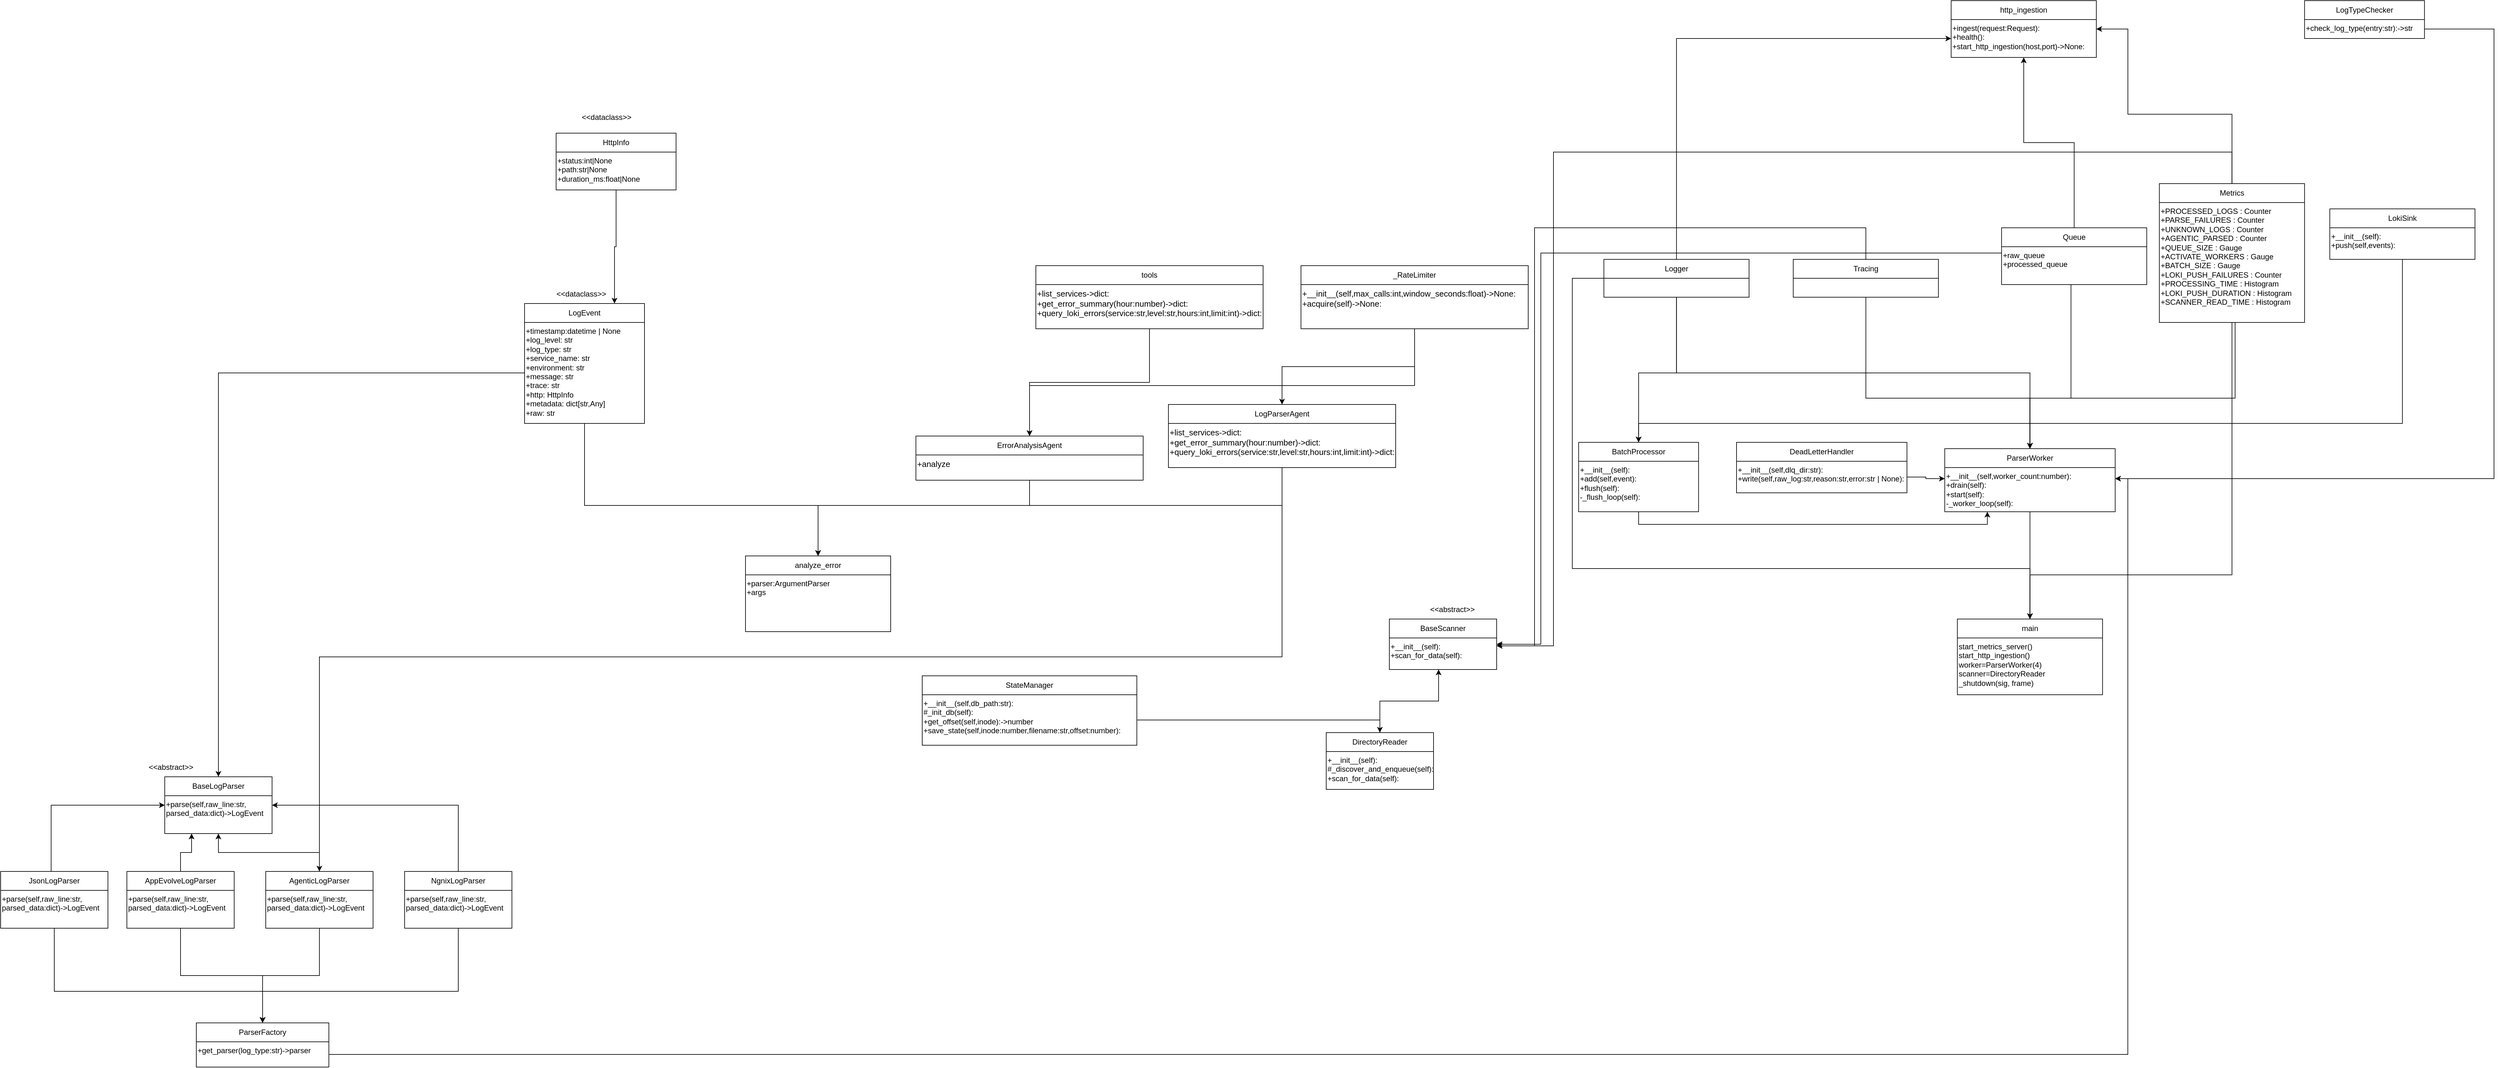
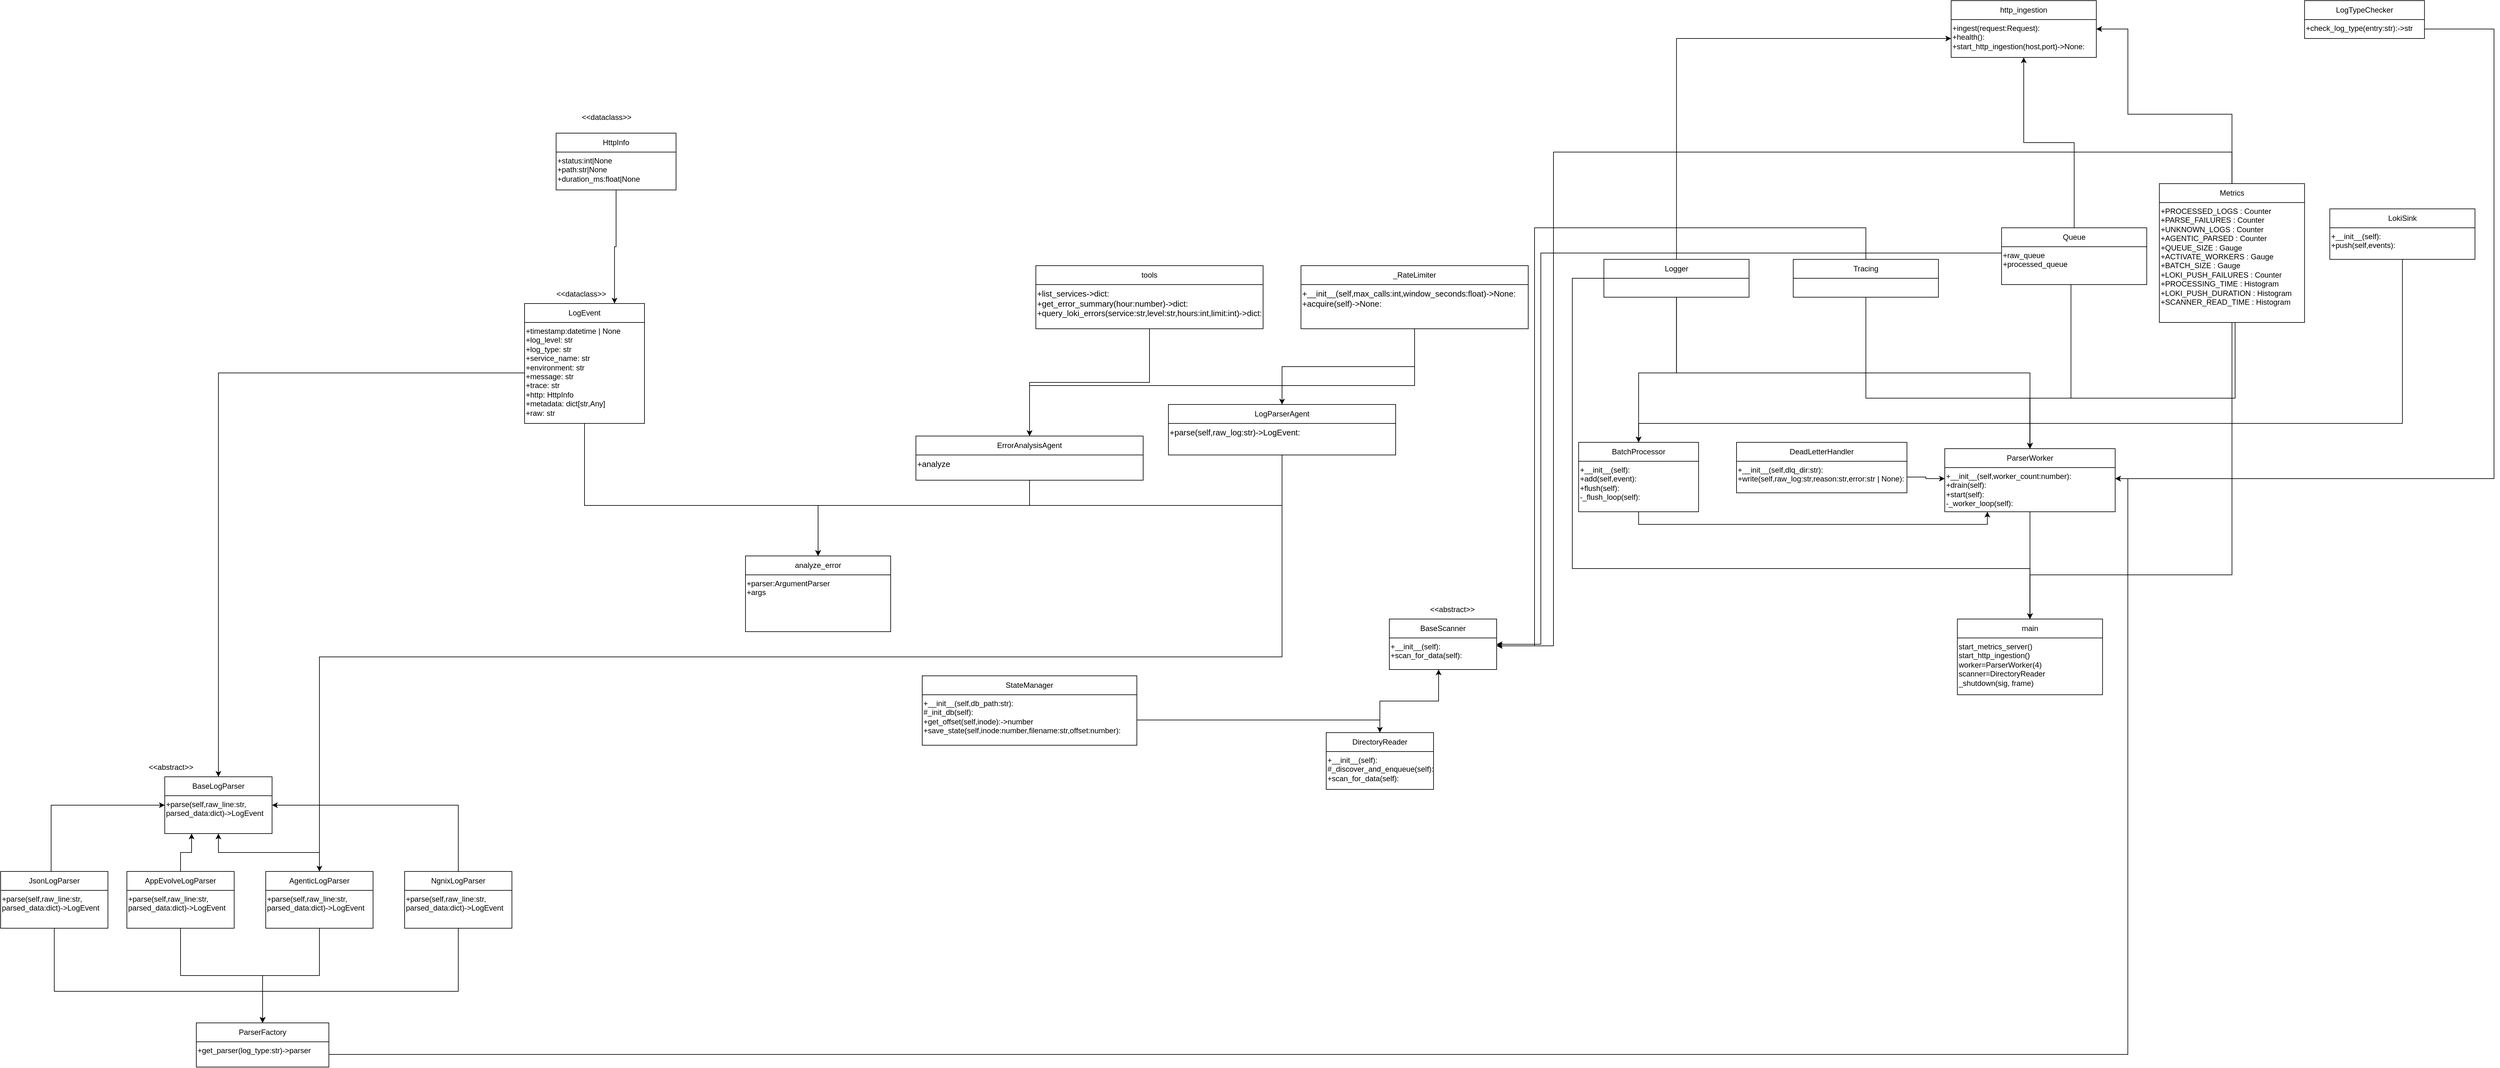
<mxfile host="app.diagrams.net">
  <diagram name="Page-1" id="eOuKA-tMb5IQvL4pmyRb">
-     <mxGraphModel dx="4720" dy="3585" grid="1" gridSize="10" guides="1" tooltips="1" connect="1" arrows="1" fold="1" page="1" pageScale="1" pageWidth="850" pageHeight="1100" math="0" shadow="0">
+     <mxGraphModel dx="2041" dy="1865" grid="1" gridSize="10" guides="1" tooltips="1" connect="1" arrows="1" fold="1" page="1" pageScale="1" pageWidth="850" pageHeight="1100" math="0" shadow="0">
      <root>
        <mxCell id="0" />
        <mxCell id="1" parent="0" />
        <mxCell id="P3NFByniwAPyM56gAutO-1" parent="1" style="swimlane;fontStyle=0;childLayout=stackLayout;horizontal=1;startSize=30;horizontalStack=0;resizeParent=1;resizeParentMax=0;resizeLast=0;collapsible=1;marginBottom=0;whiteSpace=wrap;html=1;" value="BaseLogParser" vertex="1">
          <mxGeometry height="90" width="170" x="80" y="280" as="geometry" />
        </mxCell>
        <mxCell id="P3NFByniwAPyM56gAutO-10" parent="1" style="text;html=1;whiteSpace=wrap;strokeColor=none;fillColor=none;align=left;verticalAlign=top;rounded=0;" value="+parse(self,raw_line:str, parsed_data:dict)-&amp;gt;LogEvent" vertex="1">
          <mxGeometry height="60" width="170" x="80" y="310" as="geometry" />
        </mxCell>
        <mxCell id="P3NFByniwAPyM56gAutO-11" parent="1" style="text;html=1;whiteSpace=wrap;strokeColor=none;fillColor=none;align=center;verticalAlign=middle;rounded=0;" value="&amp;lt;&amp;lt;abstract&amp;gt;&amp;gt;" vertex="1">
          <mxGeometry height="30" width="60" x="60" y="250" as="geometry" />
        </mxCell>
        <mxCell id="P3NFByniwAPyM56gAutO-22" edge="1" parent="1" source="P3NFByniwAPyM56gAutO-12" style="edgeStyle=orthogonalEdgeStyle;rounded=0;orthogonalLoop=1;jettySize=auto;html=1;entryX=0.25;entryY=1;entryDx=0;entryDy=0;" target="P3NFByniwAPyM56gAutO-10">
          <mxGeometry relative="1" as="geometry" />
        </mxCell>
        <mxCell id="P3NFByniwAPyM56gAutO-12" parent="1" style="swimlane;fontStyle=0;childLayout=stackLayout;horizontal=1;startSize=30;horizontalStack=0;resizeParent=1;resizeParentMax=0;resizeLast=0;collapsible=1;marginBottom=0;whiteSpace=wrap;html=1;" value="AppEvolveLogParser" vertex="1">
          <mxGeometry height="90" width="170" x="20" y="430" as="geometry" />
        </mxCell>
        <mxCell id="P3NFByniwAPyM56gAutO-13" parent="P3NFByniwAPyM56gAutO-12" style="text;html=1;whiteSpace=wrap;strokeColor=none;fillColor=none;align=left;verticalAlign=top;rounded=0;" value="+parse(self,raw_line:str, parsed_data:dict)-&amp;gt;LogEvent" vertex="1">
          <mxGeometry height="60" width="170" y="30" as="geometry" />
        </mxCell>
        <mxCell id="P3NFByniwAPyM56gAutO-23" edge="1" parent="1" source="P3NFByniwAPyM56gAutO-14" style="edgeStyle=orthogonalEdgeStyle;rounded=0;orthogonalLoop=1;jettySize=auto;html=1;entryX=0.5;entryY=1;entryDx=0;entryDy=0;" target="P3NFByniwAPyM56gAutO-10">
          <mxGeometry relative="1" as="geometry" />
        </mxCell>
        <mxCell id="P3NFByniwAPyM56gAutO-14" parent="1" style="swimlane;fontStyle=0;childLayout=stackLayout;horizontal=1;startSize=30;horizontalStack=0;resizeParent=1;resizeParentMax=0;resizeLast=0;collapsible=1;marginBottom=0;whiteSpace=wrap;html=1;" value="AgenticLogParser" vertex="1">
          <mxGeometry height="90" width="170" x="240" y="430" as="geometry" />
        </mxCell>
        <mxCell id="P3NFByniwAPyM56gAutO-15" parent="P3NFByniwAPyM56gAutO-14" style="text;html=1;whiteSpace=wrap;strokeColor=none;fillColor=none;align=left;verticalAlign=top;rounded=0;" value="+parse(self,raw_line:str, parsed_data:dict)-&amp;gt;LogEvent" vertex="1">
          <mxGeometry height="60" width="170" y="30" as="geometry" />
        </mxCell>
        <mxCell id="P3NFByniwAPyM56gAutO-21" edge="1" parent="1" source="P3NFByniwAPyM56gAutO-17" style="edgeStyle=orthogonalEdgeStyle;rounded=0;orthogonalLoop=1;jettySize=auto;html=1;entryX=0;entryY=0.25;entryDx=0;entryDy=0;" target="P3NFByniwAPyM56gAutO-10">
          <mxGeometry relative="1" as="geometry">
            <Array as="points">
              <mxPoint x="-100" y="325" />
            </Array>
          </mxGeometry>
        </mxCell>
        <mxCell id="P3NFByniwAPyM56gAutO-17" parent="1" style="swimlane;fontStyle=0;childLayout=stackLayout;horizontal=1;startSize=30;horizontalStack=0;resizeParent=1;resizeParentMax=0;resizeLast=0;collapsible=1;marginBottom=0;whiteSpace=wrap;html=1;" value="JsonLogParser" vertex="1">
          <mxGeometry height="90" width="170" x="-180" y="430" as="geometry" />
        </mxCell>
        <mxCell id="P3NFByniwAPyM56gAutO-18" parent="P3NFByniwAPyM56gAutO-17" style="text;html=1;whiteSpace=wrap;strokeColor=none;fillColor=none;align=left;verticalAlign=top;rounded=0;" value="+parse(self,raw_line:str, parsed_data:dict)-&amp;gt;LogEvent" vertex="1">
          <mxGeometry height="60" width="170" y="30" as="geometry" />
        </mxCell>
        <mxCell id="P3NFByniwAPyM56gAutO-24" edge="1" parent="1" source="P3NFByniwAPyM56gAutO-19" style="edgeStyle=orthogonalEdgeStyle;rounded=0;orthogonalLoop=1;jettySize=auto;html=1;entryX=1;entryY=0.25;entryDx=0;entryDy=0;" target="P3NFByniwAPyM56gAutO-10">
          <mxGeometry relative="1" as="geometry">
            <Array as="points">
              <mxPoint x="545" y="325" />
            </Array>
          </mxGeometry>
        </mxCell>
        <mxCell id="P3NFByniwAPyM56gAutO-19" parent="1" style="swimlane;fontStyle=0;childLayout=stackLayout;horizontal=1;startSize=30;horizontalStack=0;resizeParent=1;resizeParentMax=0;resizeLast=0;collapsible=1;marginBottom=0;whiteSpace=wrap;html=1;" value="NgnixLogParser" vertex="1">
          <mxGeometry height="90" width="170" x="460" y="430" as="geometry" />
        </mxCell>
        <mxCell id="P3NFByniwAPyM56gAutO-20" parent="P3NFByniwAPyM56gAutO-19" style="text;html=1;whiteSpace=wrap;strokeColor=none;fillColor=none;align=left;verticalAlign=top;rounded=0;" value="+parse(self,raw_line:str, parsed_data:dict)-&amp;gt;LogEvent" vertex="1">
          <mxGeometry height="60" width="170" y="30" as="geometry" />
        </mxCell>
        <mxCell id="P3NFByniwAPyM56gAutO-25" parent="1" style="swimlane;fontStyle=0;childLayout=stackLayout;horizontal=1;startSize=30;horizontalStack=0;resizeParent=1;resizeParentMax=0;resizeLast=0;collapsible=1;marginBottom=0;whiteSpace=wrap;html=1;" value="ParserFactory" vertex="1">
          <mxGeometry height="70" width="210" x="130" y="670" as="geometry" />
        </mxCell>
        <mxCell id="P3NFByniwAPyM56gAutO-26" parent="P3NFByniwAPyM56gAutO-25" style="text;html=1;whiteSpace=wrap;strokeColor=none;fillColor=none;align=left;verticalAlign=top;rounded=0;" value="+get_parser(log_type:str)-&amp;gt;parser" vertex="1">
          <mxGeometry height="40" width="210" y="30" as="geometry" />
        </mxCell>
        <mxCell id="P3NFByniwAPyM56gAutO-27" edge="1" parent="1" source="P3NFByniwAPyM56gAutO-18" style="edgeStyle=orthogonalEdgeStyle;rounded=0;orthogonalLoop=1;jettySize=auto;html=1;" target="P3NFByniwAPyM56gAutO-25">
          <mxGeometry relative="1" as="geometry">
            <Array as="points">
              <mxPoint x="-95" y="620" />
              <mxPoint x="235" y="620" />
            </Array>
          </mxGeometry>
        </mxCell>
        <mxCell id="P3NFByniwAPyM56gAutO-28" edge="1" parent="1" source="P3NFByniwAPyM56gAutO-13" style="edgeStyle=orthogonalEdgeStyle;rounded=0;orthogonalLoop=1;jettySize=auto;html=1;entryX=0.5;entryY=0;entryDx=0;entryDy=0;" target="P3NFByniwAPyM56gAutO-25">
          <mxGeometry relative="1" as="geometry" />
        </mxCell>
        <mxCell id="P3NFByniwAPyM56gAutO-29" edge="1" parent="1" source="P3NFByniwAPyM56gAutO-15" style="edgeStyle=orthogonalEdgeStyle;rounded=0;orthogonalLoop=1;jettySize=auto;html=1;entryX=0.5;entryY=0;entryDx=0;entryDy=0;" target="P3NFByniwAPyM56gAutO-25">
          <mxGeometry relative="1" as="geometry" />
        </mxCell>
        <mxCell id="P3NFByniwAPyM56gAutO-30" edge="1" parent="1" source="P3NFByniwAPyM56gAutO-20" style="edgeStyle=orthogonalEdgeStyle;rounded=0;orthogonalLoop=1;jettySize=auto;html=1;entryX=0.5;entryY=0;entryDx=0;entryDy=0;" target="P3NFByniwAPyM56gAutO-25">
          <mxGeometry relative="1" as="geometry">
            <Array as="points">
              <mxPoint x="545" y="620" />
              <mxPoint x="235" y="620" />
            </Array>
          </mxGeometry>
        </mxCell>
-         <mxCell id="P3NFByniwAPyM56gAutO-31" parent="1" style="swimlane;fontStyle=0;childLayout=stackLayout;horizontal=1;startSize=30;horizontalStack=0;resizeParent=1;resizeParentMax=0;resizeLast=0;collapsible=1;marginBottom=0;whiteSpace=wrap;html=1;" value="StateManager" vertex="1">
+         <mxCell id="P3NFByniwAPyM56gAutO-31" parent="1" style="swimlane;fontStyle=0;childLayout=stackLayout;horizontal=1;startSize=30;horizontalStack=0;resizeParent=1;resizeParentMax=0;resizeLast=0;collapsible=1;marginBottom=0;whiteSpace=wrap;html=1;" value="&lt;div&gt;StateManager&lt;/div&gt;" vertex="1">
          <mxGeometry height="110" width="340" x="1280" y="120" as="geometry" />
        </mxCell>
        <mxCell id="P3NFByniwAPyM56gAutO-32" parent="P3NFByniwAPyM56gAutO-31" style="text;html=1;whiteSpace=wrap;strokeColor=none;fillColor=none;align=left;verticalAlign=top;rounded=0;" value="+__init__(self,db_path:str):&lt;br&gt;#_init_db(self):&lt;div&gt;+get_offset(self,inode):-&amp;gt;number&lt;/div&gt;&lt;div&gt;+save_state(self,inode:number,filename:str,offset:number):&lt;/div&gt;&lt;div&gt;&lt;br&gt;&lt;/div&gt;" vertex="1">
          <mxGeometry height="80" width="340" y="30" as="geometry" />
        </mxCell>
        <mxCell id="P3NFByniwAPyM56gAutO-33" parent="1" style="swimlane;fontStyle=0;childLayout=stackLayout;horizontal=1;startSize=30;horizontalStack=0;resizeParent=1;resizeParentMax=0;resizeLast=0;collapsible=1;marginBottom=0;whiteSpace=wrap;html=1;" value="BaseScanner" vertex="1">
          <mxGeometry height="80" width="170" x="2020" y="30" as="geometry" />
        </mxCell>
        <mxCell id="P3NFByniwAPyM56gAutO-34" parent="P3NFByniwAPyM56gAutO-33" style="text;html=1;whiteSpace=wrap;strokeColor=none;fillColor=none;align=left;verticalAlign=top;rounded=0;" value="+__init__(self):&lt;div&gt;+scan_for_data(self):&lt;/div&gt;" vertex="1">
          <mxGeometry height="50" width="170" y="30" as="geometry" />
        </mxCell>
        <mxCell id="P3NFByniwAPyM56gAutO-37" parent="1" style="text;html=1;whiteSpace=wrap;strokeColor=none;fillColor=none;align=center;verticalAlign=middle;rounded=0;" value="&amp;lt;&amp;lt;abstract&amp;gt;&amp;gt;" vertex="1">
          <mxGeometry height="30" width="60" x="2090" as="geometry" />
        </mxCell>
        <mxCell id="P3NFByniwAPyM56gAutO-38" parent="1" style="swimlane;fontStyle=0;childLayout=stackLayout;horizontal=1;startSize=30;horizontalStack=0;resizeParent=1;resizeParentMax=0;resizeLast=0;collapsible=1;marginBottom=0;whiteSpace=wrap;html=1;" value="DirectoryReader" vertex="1">
          <mxGeometry height="90" width="170" x="1920" y="210" as="geometry" />
        </mxCell>
        <mxCell id="P3NFByniwAPyM56gAutO-39" parent="P3NFByniwAPyM56gAutO-38" style="text;html=1;whiteSpace=wrap;strokeColor=none;fillColor=none;align=left;verticalAlign=top;rounded=0;" value="+__init__(self):&lt;div&gt;#_discover_and_enqueue(self):&lt;/div&gt;&lt;div&gt;+scan_for_data(self):&lt;br&gt;&lt;span style=&quot;white-space: pre;&quot;&gt;&#x9;&lt;/span&gt;&lt;/div&gt;" vertex="1">
          <mxGeometry height="60" width="170" y="30" as="geometry" />
        </mxCell>
        <mxCell id="P3NFByniwAPyM56gAutO-40" edge="1" parent="1" source="P3NFByniwAPyM56gAutO-38" style="edgeStyle=orthogonalEdgeStyle;rounded=0;orthogonalLoop=1;jettySize=auto;html=1;entryX=0.459;entryY=1;entryDx=0;entryDy=0;entryPerimeter=0;" target="P3NFByniwAPyM56gAutO-34">
          <mxGeometry relative="1" as="geometry" />
        </mxCell>
        <mxCell id="P3NFByniwAPyM56gAutO-41" parent="1" style="swimlane;fontStyle=0;childLayout=stackLayout;horizontal=1;startSize=30;horizontalStack=0;resizeParent=1;resizeParentMax=0;resizeLast=0;collapsible=1;marginBottom=0;whiteSpace=wrap;html=1;" value="LogTypeChecker" vertex="1">
          <mxGeometry height="60" width="190" x="3469.86" y="-950" as="geometry" />
        </mxCell>
        <mxCell id="P3NFByniwAPyM56gAutO-42" parent="P3NFByniwAPyM56gAutO-41" style="text;html=1;whiteSpace=wrap;strokeColor=none;fillColor=none;align=left;verticalAlign=top;rounded=0;" value="+check_log_type(entry:str):-&amp;gt;str" vertex="1">
          <mxGeometry height="30" width="190" y="30" as="geometry" />
        </mxCell>
        <mxCell id="P3NFByniwAPyM56gAutO-43" parent="1" style="swimlane;fontStyle=0;childLayout=stackLayout;horizontal=1;startSize=30;horizontalStack=0;resizeParent=1;resizeParentMax=0;resizeLast=0;collapsible=1;marginBottom=0;whiteSpace=wrap;html=1;" value="HttpInfo" vertex="1">
          <mxGeometry height="90" width="190" x="700" y="-740" as="geometry" />
        </mxCell>
        <mxCell id="P3NFByniwAPyM56gAutO-44" parent="P3NFByniwAPyM56gAutO-43" style="text;html=1;whiteSpace=wrap;strokeColor=none;fillColor=none;align=left;verticalAlign=top;rounded=0;" value="+status:int|None&lt;div&gt;+path:str|None&lt;/div&gt;&lt;div&gt;+duration_ms:float|None&lt;/div&gt;" vertex="1">
          <mxGeometry height="60" width="190" y="30" as="geometry" />
        </mxCell>
        <mxCell id="P3NFByniwAPyM56gAutO-45" parent="1" style="text;html=1;whiteSpace=wrap;strokeColor=none;fillColor=none;align=center;verticalAlign=middle;rounded=0;" value="&amp;lt;&amp;lt;dataclass&amp;gt;&amp;gt;" vertex="1">
          <mxGeometry height="30" width="60" x="750" y="-780" as="geometry" />
        </mxCell>
        <mxCell id="P3NFByniwAPyM56gAutO-46" parent="1" style="swimlane;fontStyle=0;childLayout=stackLayout;horizontal=1;startSize=30;horizontalStack=0;resizeParent=1;resizeParentMax=0;resizeLast=0;collapsible=1;marginBottom=0;whiteSpace=wrap;html=1;" value="LogEvent" vertex="1">
          <mxGeometry height="190" width="190" x="650" y="-470" as="geometry" />
        </mxCell>
        <mxCell id="P3NFByniwAPyM56gAutO-47" parent="P3NFByniwAPyM56gAutO-46" style="text;html=1;whiteSpace=wrap;strokeColor=none;fillColor=none;align=left;verticalAlign=top;rounded=0;" value="+timestamp:datetime | None&lt;div&gt;+log_level: str&lt;/div&gt;&lt;div&gt;+log_type: str&lt;/div&gt;&lt;div&gt;+service_name: str&lt;/div&gt;&lt;div&gt;+environment: str&lt;/div&gt;&lt;div&gt;+message: str&lt;/div&gt;&lt;div&gt;+trace: str&lt;/div&gt;&lt;div&gt;+http: HttpInfo&lt;/div&gt;&lt;div&gt;+metadata: dict[str,Any]&lt;/div&gt;&lt;div&gt;+raw: str&lt;/div&gt;" vertex="1">
          <mxGeometry height="160" width="190" y="30" as="geometry" />
        </mxCell>
        <mxCell id="P3NFByniwAPyM56gAutO-48" parent="1" style="text;html=1;whiteSpace=wrap;strokeColor=none;fillColor=none;align=center;verticalAlign=middle;rounded=0;" value="&amp;lt;&amp;lt;dataclass&amp;gt;&amp;gt;" vertex="1">
          <mxGeometry height="30" width="60" x="710" y="-500" as="geometry" />
        </mxCell>
        <mxCell id="P3NFByniwAPyM56gAutO-63" edge="1" parent="1" source="P3NFByniwAPyM56gAutO-49" style="edgeStyle=orthogonalEdgeStyle;rounded=0;orthogonalLoop=1;jettySize=auto;html=1;entryX=0.5;entryY=0;entryDx=0;entryDy=0;" target="P3NFByniwAPyM56gAutO-60">
          <mxGeometry relative="1" as="geometry">
            <Array as="points">
              <mxPoint x="3359.86" y="-320" />
              <mxPoint x="3034.86" y="-320" />
            </Array>
          </mxGeometry>
        </mxCell>
        <mxCell id="P3NFByniwAPyM56gAutO-104" edge="1" parent="1" source="P3NFByniwAPyM56gAutO-49" style="edgeStyle=orthogonalEdgeStyle;rounded=0;orthogonalLoop=1;jettySize=auto;html=1;entryX=1;entryY=0.5;entryDx=0;entryDy=0;" target="P3NFByniwAPyM56gAutO-102">
          <mxGeometry relative="1" as="geometry">
            <Array as="points">
              <mxPoint x="3355" y="-770" />
              <mxPoint x="3190" y="-770" />
              <mxPoint x="3190" y="-905" />
            </Array>
          </mxGeometry>
        </mxCell>
        <mxCell id="P3NFByniwAPyM56gAutO-118" edge="1" parent="1" source="P3NFByniwAPyM56gAutO-49" style="edgeStyle=orthogonalEdgeStyle;rounded=0;orthogonalLoop=1;jettySize=auto;html=1;entryX=1;entryY=0.25;entryDx=0;entryDy=0;" target="P3NFByniwAPyM56gAutO-34">
          <mxGeometry relative="1" as="geometry">
            <Array as="points">
              <mxPoint x="3355" y="-710" />
              <mxPoint x="2280" y="-710" />
              <mxPoint x="2280" y="73" />
            </Array>
          </mxGeometry>
        </mxCell>
        <mxCell id="P3NFByniwAPyM56gAutO-49" parent="1" style="swimlane;fontStyle=0;childLayout=stackLayout;horizontal=1;startSize=30;horizontalStack=0;resizeParent=1;resizeParentMax=0;resizeLast=0;collapsible=1;marginBottom=0;whiteSpace=wrap;html=1;" value="Metrics" vertex="1">
          <mxGeometry height="220" width="230" x="3239.86" y="-660" as="geometry" />
        </mxCell>
        <mxCell id="P3NFByniwAPyM56gAutO-50" parent="P3NFByniwAPyM56gAutO-49" style="text;html=1;whiteSpace=wrap;strokeColor=none;fillColor=none;align=left;verticalAlign=top;rounded=0;" value="+PROCESSED_LOGS : Counter&lt;div&gt;+PARSE_FAILURES : Counter&lt;/div&gt;&lt;div&gt;+UNKNOWN_LOGS : Counter&lt;/div&gt;&lt;div&gt;+AGENTIC_PARSED : Counter&lt;/div&gt;&lt;div&gt;+QUEUE_SIZE : Gauge&lt;/div&gt;&lt;div&gt;+ACTIVATE_WORKERS : Gauge&lt;/div&gt;&lt;div&gt;+BATCH_SIZE : Gauge&lt;/div&gt;&lt;div&gt;+LOKI_PUSH_FAILURES : Counter&lt;/div&gt;&lt;div&gt;+PROCESSING_TIME : Histogram&lt;/div&gt;&lt;div&gt;+LOKI_PUSH_DURATION : Histogram&lt;/div&gt;&lt;div&gt;+SCANNER_READ_TIME : Histogram&lt;/div&gt;" vertex="1">
          <mxGeometry height="190" width="230" y="30" as="geometry" />
        </mxCell>
        <mxCell id="P3NFByniwAPyM56gAutO-59" edge="1" parent="1" source="P3NFByniwAPyM56gAutO-51" style="edgeStyle=orthogonalEdgeStyle;rounded=0;orthogonalLoop=1;jettySize=auto;html=1;entryX=0.5;entryY=0;entryDx=0;entryDy=0;" target="P3NFByniwAPyM56gAutO-55">
          <mxGeometry relative="1" as="geometry">
            <Array as="points">
              <mxPoint x="2474.86" y="-360" />
              <mxPoint x="2414.86" y="-360" />
            </Array>
          </mxGeometry>
        </mxCell>
        <mxCell id="P3NFByniwAPyM56gAutO-62" edge="1" parent="1" source="P3NFByniwAPyM56gAutO-51" style="edgeStyle=orthogonalEdgeStyle;rounded=0;orthogonalLoop=1;jettySize=auto;html=1;" target="P3NFByniwAPyM56gAutO-60">
          <mxGeometry relative="1" as="geometry">
            <Array as="points">
              <mxPoint x="2474.86" y="-360" />
              <mxPoint x="3034.86" y="-360" />
            </Array>
          </mxGeometry>
        </mxCell>
        <mxCell id="P3NFByniwAPyM56gAutO-79" edge="1" parent="1" source="P3NFByniwAPyM56gAutO-51" style="edgeStyle=orthogonalEdgeStyle;rounded=0;orthogonalLoop=1;jettySize=auto;html=1;entryX=0.5;entryY=0;entryDx=0;entryDy=0;" target="P3NFByniwAPyM56gAutO-71">
          <mxGeometry relative="1" as="geometry">
            <Array as="points">
              <mxPoint x="2309.86" y="-510" />
              <mxPoint x="2309.86" y="-50" />
              <mxPoint x="3034.86" y="-50" />
            </Array>
          </mxGeometry>
        </mxCell>
        <mxCell id="P3NFByniwAPyM56gAutO-106" edge="1" parent="1" source="P3NFByniwAPyM56gAutO-51" style="edgeStyle=orthogonalEdgeStyle;rounded=0;orthogonalLoop=1;jettySize=auto;html=1;entryX=0;entryY=0.5;entryDx=0;entryDy=0;" target="P3NFByniwAPyM56gAutO-103">
          <mxGeometry relative="1" as="geometry">
            <Array as="points">
              <mxPoint x="2475" y="-890" />
            </Array>
          </mxGeometry>
        </mxCell>
        <mxCell id="P3NFByniwAPyM56gAutO-51" parent="1" style="swimlane;fontStyle=0;childLayout=stackLayout;horizontal=1;startSize=30;horizontalStack=0;resizeParent=1;resizeParentMax=0;resizeLast=0;collapsible=1;marginBottom=0;whiteSpace=wrap;html=1;" value="Logger" vertex="1">
          <mxGeometry height="60" width="230" x="2359.86" y="-540" as="geometry" />
        </mxCell>
        <mxCell id="P3NFByniwAPyM56gAutO-64" edge="1" parent="1" source="P3NFByniwAPyM56gAutO-53" style="edgeStyle=orthogonalEdgeStyle;rounded=0;orthogonalLoop=1;jettySize=auto;html=1;entryX=0.5;entryY=0;entryDx=0;entryDy=0;" target="P3NFByniwAPyM56gAutO-60">
          <mxGeometry relative="1" as="geometry">
            <Array as="points">
              <mxPoint x="2774.86" y="-320" />
              <mxPoint x="3034.86" y="-320" />
            </Array>
          </mxGeometry>
        </mxCell>
        <mxCell id="P3NFByniwAPyM56gAutO-117" edge="1" parent="1" source="P3NFByniwAPyM56gAutO-53" style="edgeStyle=orthogonalEdgeStyle;rounded=0;orthogonalLoop=1;jettySize=auto;html=1;entryX=1;entryY=0.25;entryDx=0;entryDy=0;" target="P3NFByniwAPyM56gAutO-34">
          <mxGeometry relative="1" as="geometry">
            <Array as="points">
              <mxPoint x="2775" y="-590" />
              <mxPoint x="2250" y="-590" />
              <mxPoint x="2250" y="73" />
            </Array>
          </mxGeometry>
        </mxCell>
        <mxCell id="P3NFByniwAPyM56gAutO-53" parent="1" style="swimlane;fontStyle=0;childLayout=stackLayout;horizontal=1;startSize=30;horizontalStack=0;resizeParent=1;resizeParentMax=0;resizeLast=0;collapsible=1;marginBottom=0;whiteSpace=wrap;html=1;" value="Tracing" vertex="1">
          <mxGeometry height="60" width="230" x="2659.86" y="-540" as="geometry" />
        </mxCell>
        <mxCell id="P3NFByniwAPyM56gAutO-55" parent="1" style="swimlane;fontStyle=0;childLayout=stackLayout;horizontal=1;startSize=30;horizontalStack=0;resizeParent=1;resizeParentMax=0;resizeLast=0;collapsible=1;marginBottom=0;whiteSpace=wrap;html=1;" value="BatchProcessor" vertex="1">
          <mxGeometry height="110" width="190" x="2319.86" y="-250" as="geometry" />
        </mxCell>
        <mxCell id="P3NFByniwAPyM56gAutO-56" parent="P3NFByniwAPyM56gAutO-55" style="text;html=1;whiteSpace=wrap;strokeColor=none;fillColor=none;align=left;verticalAlign=top;rounded=0;" value="+__init__(self):&lt;div&gt;+add(self,event):&lt;/div&gt;&lt;div&gt;+flush(self):&lt;/div&gt;&lt;div&gt;-_flush_loop(self):&lt;/div&gt;" vertex="1">
          <mxGeometry height="80" width="190" y="30" as="geometry" />
        </mxCell>
        <mxCell id="P3NFByniwAPyM56gAutO-57" parent="1" style="swimlane;fontStyle=0;childLayout=stackLayout;horizontal=1;startSize=30;horizontalStack=0;resizeParent=1;resizeParentMax=0;resizeLast=0;collapsible=1;marginBottom=0;whiteSpace=wrap;html=1;" value="DeadLetterHandler" vertex="1">
          <mxGeometry height="80" width="270" x="2570" y="-250" as="geometry" />
        </mxCell>
        <mxCell id="P3NFByniwAPyM56gAutO-58" parent="P3NFByniwAPyM56gAutO-57" style="text;html=1;whiteSpace=wrap;strokeColor=none;fillColor=none;align=left;verticalAlign=top;rounded=0;" value="+__init__(self,dlq_dir:str):&lt;div&gt;+write(self,raw_log:str,reason:str,error:str | None):&lt;br&gt;&lt;/div&gt;" vertex="1">
          <mxGeometry height="50" width="270" y="30" as="geometry" />
        </mxCell>
        <mxCell id="P3NFByniwAPyM56gAutO-60" parent="1" style="swimlane;fontStyle=0;childLayout=stackLayout;horizontal=1;startSize=30;horizontalStack=0;resizeParent=1;resizeParentMax=0;resizeLast=0;collapsible=1;marginBottom=0;whiteSpace=wrap;html=1;" value="ParserWorker" vertex="1">
          <mxGeometry height="100" width="270" x="2899.86" y="-240" as="geometry" />
        </mxCell>
        <mxCell id="P3NFByniwAPyM56gAutO-61" parent="P3NFByniwAPyM56gAutO-60" style="text;html=1;whiteSpace=wrap;strokeColor=none;fillColor=none;align=left;verticalAlign=top;rounded=0;" value="&lt;div&gt;+__init__(self,worker_count:number):&lt;/div&gt;&lt;div&gt;+drain(self):&lt;/div&gt;&lt;div&gt;+start(self):&lt;/div&gt;&lt;div&gt;-_worker_loop(self):&lt;/div&gt;" vertex="1">
          <mxGeometry height="70" width="270" y="30" as="geometry" />
        </mxCell>
        <mxCell id="P3NFByniwAPyM56gAutO-66" edge="1" parent="1" source="P3NFByniwAPyM56gAutO-68" style="edgeStyle=orthogonalEdgeStyle;rounded=0;orthogonalLoop=1;jettySize=auto;html=1;entryX=0.5;entryY=0;entryDx=0;entryDy=0;exitX=0.5;exitY=1;exitDx=0;exitDy=0;" target="P3NFByniwAPyM56gAutO-60">
          <mxGeometry relative="1" as="geometry">
            <Array as="points">
              <mxPoint x="3099.86" y="-500" />
              <mxPoint x="3099.86" y="-320" />
              <mxPoint x="3034.86" y="-320" />
            </Array>
            <mxPoint x="3099.86" y="-480" as="sourcePoint" />
          </mxGeometry>
        </mxCell>
        <mxCell id="P3NFByniwAPyM56gAutO-105" edge="1" parent="1" source="P3NFByniwAPyM56gAutO-67" style="edgeStyle=orthogonalEdgeStyle;rounded=0;orthogonalLoop=1;jettySize=auto;html=1;entryX=0.5;entryY=1;entryDx=0;entryDy=0;" target="P3NFByniwAPyM56gAutO-103">
          <mxGeometry relative="1" as="geometry" />
        </mxCell>
        <mxCell id="P3NFByniwAPyM56gAutO-67" parent="1" style="swimlane;fontStyle=0;childLayout=stackLayout;horizontal=1;startSize=30;horizontalStack=0;resizeParent=1;resizeParentMax=0;resizeLast=0;collapsible=1;marginBottom=0;whiteSpace=wrap;html=1;" value="Queue" vertex="1">
          <mxGeometry height="90" width="230" x="2989.86" y="-590" as="geometry" />
        </mxCell>
        <mxCell id="P3NFByniwAPyM56gAutO-68" parent="P3NFByniwAPyM56gAutO-67" style="text;html=1;whiteSpace=wrap;strokeColor=none;fillColor=none;align=left;verticalAlign=top;rounded=0;" value="+raw_queue&lt;div&gt;+processed_queue&lt;/div&gt;" vertex="1">
          <mxGeometry height="60" width="230" y="30" as="geometry" />
        </mxCell>
        <mxCell id="P3NFByniwAPyM56gAutO-69" parent="1" style="swimlane;fontStyle=0;childLayout=stackLayout;horizontal=1;startSize=30;horizontalStack=0;resizeParent=1;resizeParentMax=0;resizeLast=0;collapsible=1;marginBottom=0;whiteSpace=wrap;html=1;" value="LokiSink" vertex="1">
          <mxGeometry height="80" width="230" x="3509.86" y="-620" as="geometry" />
        </mxCell>
        <mxCell id="P3NFByniwAPyM56gAutO-70" parent="P3NFByniwAPyM56gAutO-69" style="text;html=1;whiteSpace=wrap;strokeColor=none;fillColor=none;align=left;verticalAlign=top;rounded=0;" value="+__init__(self):&lt;div&gt;+push(self,events):&lt;/div&gt;" vertex="1">
          <mxGeometry height="50" width="230" y="30" as="geometry" />
        </mxCell>
        <mxCell id="P3NFByniwAPyM56gAutO-71" parent="1" style="swimlane;fontStyle=0;childLayout=stackLayout;horizontal=1;startSize=30;horizontalStack=0;resizeParent=1;resizeParentMax=0;resizeLast=0;collapsible=1;marginBottom=0;whiteSpace=wrap;html=1;" value="main" vertex="1">
          <mxGeometry height="120" width="230" x="2919.86" y="30" as="geometry" />
        </mxCell>
        <mxCell id="P3NFByniwAPyM56gAutO-72" parent="P3NFByniwAPyM56gAutO-71" style="text;html=1;whiteSpace=wrap;strokeColor=none;fillColor=none;align=left;verticalAlign=top;rounded=0;" value="start_metrics_server()&lt;div&gt;start_http_ingestion()&lt;/div&gt;&lt;div&gt;worker=ParserWorker(4)&lt;/div&gt;&lt;div&gt;scanner=DirectoryReader&lt;/div&gt;&lt;div&gt;_shutdown(sig, frame)&lt;/div&gt;" vertex="1">
          <mxGeometry height="90" width="230" y="30" as="geometry" />
        </mxCell>
        <mxCell id="P3NFByniwAPyM56gAutO-75" edge="1" parent="1" source="P3NFByniwAPyM56gAutO-61" style="edgeStyle=orthogonalEdgeStyle;rounded=0;orthogonalLoop=1;jettySize=auto;html=1;entryX=0.5;entryY=0;entryDx=0;entryDy=0;" target="P3NFByniwAPyM56gAutO-71">
          <mxGeometry relative="1" as="geometry" />
        </mxCell>
        <mxCell id="P3NFByniwAPyM56gAutO-78" edge="1" parent="1" source="P3NFByniwAPyM56gAutO-50" style="edgeStyle=orthogonalEdgeStyle;rounded=0;orthogonalLoop=1;jettySize=auto;html=1;entryX=0.5;entryY=0;entryDx=0;entryDy=0;" target="P3NFByniwAPyM56gAutO-71">
          <mxGeometry relative="1" as="geometry">
            <Array as="points">
              <mxPoint x="3354.86" y="-40" />
              <mxPoint x="3034.86" y="-40" />
            </Array>
          </mxGeometry>
        </mxCell>
        <mxCell id="P3NFByniwAPyM56gAutO-80" parent="1" style="swimlane;fontStyle=0;childLayout=stackLayout;horizontal=1;startSize=30;horizontalStack=0;resizeParent=1;resizeParentMax=0;resizeLast=0;collapsible=1;marginBottom=0;whiteSpace=wrap;html=1;" value="analyze_error" vertex="1">
          <mxGeometry height="120" width="230" x="1000" y="-70" as="geometry" />
        </mxCell>
        <mxCell id="P3NFByniwAPyM56gAutO-81" parent="P3NFByniwAPyM56gAutO-80" style="text;html=1;whiteSpace=wrap;strokeColor=none;fillColor=none;align=left;verticalAlign=top;rounded=0;" value="+parser:ArgumentParser&lt;div&gt;+args&lt;/div&gt;" vertex="1">
          <mxGeometry height="90" width="230" y="30" as="geometry" />
        </mxCell>
        <mxCell id="P3NFByniwAPyM56gAutO-82" parent="1" style="swimlane;fontStyle=0;childLayout=stackLayout;horizontal=1;startSize=30;horizontalStack=0;resizeParent=1;resizeParentMax=0;resizeLast=0;collapsible=1;marginBottom=0;whiteSpace=wrap;html=1;" value="tools" vertex="1">
          <mxGeometry height="100" width="360" x="1460" y="-530" as="geometry" />
        </mxCell>
        <mxCell id="P3NFByniwAPyM56gAutO-83" parent="P3NFByniwAPyM56gAutO-82" style="text;html=1;whiteSpace=wrap;strokeColor=none;fillColor=none;align=left;verticalAlign=top;rounded=0;" value="&lt;font style=&quot;font-size: 13px;&quot;&gt;+list_services-&amp;gt;dict:&lt;/font&gt;&lt;div&gt;&lt;font style=&quot;font-size: 13px;&quot;&gt;+get_error_summary(hour:number)-&amp;gt;dict:&lt;/font&gt;&lt;/div&gt;&lt;div&gt;&lt;font style=&quot;font-size: 13px;&quot;&gt;+query_loki_errors(service:str,level:str,hours:int,limit:int)-&amp;gt;dict:&lt;/font&gt;&lt;/div&gt;" vertex="1">
          <mxGeometry height="70" width="360" y="30" as="geometry" />
        </mxCell>
        <mxCell id="P3NFByniwAPyM56gAutO-84" parent="1" style="swimlane;fontStyle=0;childLayout=stackLayout;horizontal=1;startSize=30;horizontalStack=0;resizeParent=1;resizeParentMax=0;resizeLast=0;collapsible=1;marginBottom=0;whiteSpace=wrap;html=1;" value="LogParserAgent" vertex="1">
-           <mxGeometry height="100" width="360" x="1670" y="-310" as="geometry" />
-         </mxCell>
-         <mxCell id="P3NFByniwAPyM56gAutO-85" parent="P3NFByniwAPyM56gAutO-84" style="text;html=1;whiteSpace=wrap;strokeColor=none;fillColor=none;align=left;verticalAlign=top;rounded=0;" value="&lt;font style=&quot;font-size: 13px;&quot;&gt;+list_services-&amp;gt;dict:&lt;/font&gt;&lt;div&gt;&lt;font style=&quot;font-size: 13px;&quot;&gt;+get_error_summary(hour:number)-&amp;gt;dict:&lt;/font&gt;&lt;/div&gt;&lt;div&gt;&lt;font style=&quot;font-size: 13px;&quot;&gt;+query_loki_errors(service:str,level:str,hours:int,limit:int)-&amp;gt;dict:&lt;/font&gt;&lt;/div&gt;" vertex="1">
-           <mxGeometry height="70" width="360" y="30" as="geometry" />
+           <mxGeometry height="80" width="360" x="1670" y="-310" as="geometry" />
+         </mxCell>
+         <mxCell id="P3NFByniwAPyM56gAutO-85" parent="P3NFByniwAPyM56gAutO-84" style="text;html=1;whiteSpace=wrap;strokeColor=none;fillColor=none;align=left;verticalAlign=top;rounded=0;" value="&lt;span style=&quot;font-size: 13px;&quot;&gt;+parse(self,raw_log:str)-&amp;gt;LogEvent:&lt;/span&gt;" vertex="1">
+           <mxGeometry height="50" width="360" y="30" as="geometry" />
        </mxCell>
        <mxCell id="P3NFByniwAPyM56gAutO-86" parent="1" style="swimlane;fontStyle=0;childLayout=stackLayout;horizontal=1;startSize=30;horizontalStack=0;resizeParent=1;resizeParentMax=0;resizeLast=0;collapsible=1;marginBottom=0;whiteSpace=wrap;html=1;" value="_Rate&lt;span style=&quot;background-color: transparent; color: light-dark(rgb(0, 0, 0), rgb(255, 255, 255));&quot;&gt;Limiter&lt;/span&gt;" vertex="1">
          <mxGeometry height="100" width="360" x="1880" y="-530" as="geometry" />
        </mxCell>
        <mxCell id="P3NFByniwAPyM56gAutO-87" parent="P3NFByniwAPyM56gAutO-86" style="text;html=1;whiteSpace=wrap;strokeColor=none;fillColor=none;align=left;verticalAlign=top;rounded=0;" value="&lt;span style=&quot;font-size: 13px;&quot;&gt;+__init__(self,max_calls:int,window_seconds:float)-&amp;gt;None:&lt;/span&gt;&lt;div&gt;&lt;span style=&quot;font-size: 13px;&quot;&gt;+acquire(self)-&amp;gt;None:&lt;/span&gt;&lt;/div&gt;" vertex="1">
          <mxGeometry height="70" width="360" y="30" as="geometry" />
        </mxCell>
        <mxCell id="P3NFByniwAPyM56gAutO-89" edge="1" parent="1" source="P3NFByniwAPyM56gAutO-87" style="edgeStyle=orthogonalEdgeStyle;rounded=0;orthogonalLoop=1;jettySize=auto;html=1;" target="P3NFByniwAPyM56gAutO-84">
          <mxGeometry relative="1" as="geometry" />
        </mxCell>
        <mxCell id="P3NFByniwAPyM56gAutO-90" parent="1" style="swimlane;fontStyle=0;childLayout=stackLayout;horizontal=1;startSize=30;horizontalStack=0;resizeParent=1;resizeParentMax=0;resizeLast=0;collapsible=1;marginBottom=0;whiteSpace=wrap;html=1;" value="ErrorAnalysisAgent" vertex="1">
          <mxGeometry height="70" width="360" x="1270" y="-260" as="geometry" />
        </mxCell>
        <mxCell id="P3NFByniwAPyM56gAutO-91" parent="P3NFByniwAPyM56gAutO-90" style="text;html=1;whiteSpace=wrap;strokeColor=none;fillColor=none;align=left;verticalAlign=top;rounded=0;" value="&lt;span style=&quot;font-size: 13px;&quot;&gt;+analyze&lt;/span&gt;" vertex="1">
          <mxGeometry height="40" width="360" y="30" as="geometry" />
        </mxCell>
        <mxCell id="P3NFByniwAPyM56gAutO-94" edge="1" parent="1" source="P3NFByniwAPyM56gAutO-83" style="edgeStyle=orthogonalEdgeStyle;rounded=0;orthogonalLoop=1;jettySize=auto;html=1;entryX=0.5;entryY=0;entryDx=0;entryDy=0;" target="P3NFByniwAPyM56gAutO-90">
          <mxGeometry relative="1" as="geometry" />
        </mxCell>
        <mxCell id="P3NFByniwAPyM56gAutO-95" edge="1" parent="1" source="P3NFByniwAPyM56gAutO-87" style="edgeStyle=orthogonalEdgeStyle;rounded=0;orthogonalLoop=1;jettySize=auto;html=1;" target="P3NFByniwAPyM56gAutO-90">
          <mxGeometry relative="1" as="geometry">
            <Array as="points">
              <mxPoint x="2060" y="-340" />
              <mxPoint x="1450" y="-340" />
            </Array>
          </mxGeometry>
        </mxCell>
        <mxCell id="P3NFByniwAPyM56gAutO-96" edge="1" parent="1" source="P3NFByniwAPyM56gAutO-91" style="edgeStyle=orthogonalEdgeStyle;rounded=0;orthogonalLoop=1;jettySize=auto;html=1;entryX=0.5;entryY=0;entryDx=0;entryDy=0;" target="P3NFByniwAPyM56gAutO-80">
          <mxGeometry relative="1" as="geometry">
            <Array as="points">
              <mxPoint x="1450" y="-150" />
              <mxPoint x="1115" y="-150" />
            </Array>
          </mxGeometry>
        </mxCell>
        <mxCell id="P3NFByniwAPyM56gAutO-97" edge="1" parent="1" source="P3NFByniwAPyM56gAutO-85" style="edgeStyle=orthogonalEdgeStyle;rounded=0;orthogonalLoop=1;jettySize=auto;html=1;" target="P3NFByniwAPyM56gAutO-80">
          <mxGeometry relative="1" as="geometry">
            <Array as="points">
              <mxPoint x="1850" y="-150" />
              <mxPoint x="1115" y="-150" />
            </Array>
          </mxGeometry>
        </mxCell>
        <mxCell id="P3NFByniwAPyM56gAutO-98" edge="1" parent="1" source="P3NFByniwAPyM56gAutO-47" style="edgeStyle=orthogonalEdgeStyle;rounded=0;orthogonalLoop=1;jettySize=auto;html=1;entryX=0.5;entryY=0;entryDx=0;entryDy=0;" target="P3NFByniwAPyM56gAutO-80">
          <mxGeometry relative="1" as="geometry">
            <Array as="points">
              <mxPoint x="745" y="-150" />
              <mxPoint x="1115" y="-150" />
            </Array>
          </mxGeometry>
        </mxCell>
        <mxCell id="P3NFByniwAPyM56gAutO-100" edge="1" parent="1" source="P3NFByniwAPyM56gAutO-47" style="edgeStyle=orthogonalEdgeStyle;rounded=0;orthogonalLoop=1;jettySize=auto;html=1;entryX=0.5;entryY=0;entryDx=0;entryDy=0;" target="P3NFByniwAPyM56gAutO-1">
          <mxGeometry relative="1" as="geometry" />
        </mxCell>
        <mxCell id="P3NFByniwAPyM56gAutO-101" edge="1" parent="1" source="P3NFByniwAPyM56gAutO-68" style="edgeStyle=orthogonalEdgeStyle;rounded=0;orthogonalLoop=1;jettySize=auto;html=1;" target="P3NFByniwAPyM56gAutO-33">
          <mxGeometry relative="1" as="geometry">
            <Array as="points">
              <mxPoint x="2260" y="-550" />
              <mxPoint x="2260" y="70" />
            </Array>
          </mxGeometry>
        </mxCell>
        <mxCell id="P3NFByniwAPyM56gAutO-102" parent="1" style="swimlane;fontStyle=0;childLayout=stackLayout;horizontal=1;startSize=30;horizontalStack=0;resizeParent=1;resizeParentMax=0;resizeLast=0;collapsible=1;marginBottom=0;whiteSpace=wrap;html=1;" value="http_ingestion" vertex="1">
          <mxGeometry height="90" width="230" x="2910" y="-950" as="geometry" />
        </mxCell>
        <mxCell id="P3NFByniwAPyM56gAutO-103" parent="P3NFByniwAPyM56gAutO-102" style="text;html=1;whiteSpace=wrap;strokeColor=none;fillColor=none;align=left;verticalAlign=top;rounded=0;" value="+ingest(request:Request):&lt;div&gt;+health():&lt;/div&gt;&lt;div&gt;+start_http_ingestion(host,port)-&amp;gt;None:&lt;/div&gt;" vertex="1">
          <mxGeometry height="60" width="230" y="30" as="geometry" />
        </mxCell>
        <mxCell id="P3NFByniwAPyM56gAutO-107" edge="1" parent="1" source="P3NFByniwAPyM56gAutO-85" style="edgeStyle=orthogonalEdgeStyle;rounded=0;orthogonalLoop=1;jettySize=auto;html=1;entryX=0.5;entryY=0;entryDx=0;entryDy=0;" target="P3NFByniwAPyM56gAutO-14">
          <mxGeometry relative="1" as="geometry">
            <Array as="points">
              <mxPoint x="1850" y="90" />
              <mxPoint x="325" y="90" />
            </Array>
          </mxGeometry>
        </mxCell>
        <mxCell id="P3NFByniwAPyM56gAutO-108" edge="1" parent="1" source="P3NFByniwAPyM56gAutO-70" style="edgeStyle=orthogonalEdgeStyle;rounded=0;orthogonalLoop=1;jettySize=auto;html=1;entryX=0.5;entryY=0;entryDx=0;entryDy=0;" target="P3NFByniwAPyM56gAutO-55">
          <mxGeometry relative="1" as="geometry">
            <Array as="points">
              <mxPoint x="3625" y="-280" />
              <mxPoint x="2415" y="-280" />
            </Array>
          </mxGeometry>
        </mxCell>
        <mxCell id="P3NFByniwAPyM56gAutO-109" edge="1" parent="1" source="P3NFByniwAPyM56gAutO-44" style="edgeStyle=orthogonalEdgeStyle;rounded=0;orthogonalLoop=1;jettySize=auto;html=1;entryX=0.75;entryY=0;entryDx=0;entryDy=0;" target="P3NFByniwAPyM56gAutO-46">
          <mxGeometry relative="1" as="geometry" />
        </mxCell>
        <mxCell id="P3NFByniwAPyM56gAutO-111" edge="1" parent="1" source="P3NFByniwAPyM56gAutO-58" style="edgeStyle=orthogonalEdgeStyle;rounded=0;orthogonalLoop=1;jettySize=auto;html=1;entryX=0;entryY=0.25;entryDx=0;entryDy=0;" target="P3NFByniwAPyM56gAutO-61">
          <mxGeometry relative="1" as="geometry" />
        </mxCell>
        <mxCell id="P3NFByniwAPyM56gAutO-112" edge="1" parent="1" source="P3NFByniwAPyM56gAutO-26" style="edgeStyle=orthogonalEdgeStyle;rounded=0;orthogonalLoop=1;jettySize=auto;html=1;entryX=1;entryY=0.25;entryDx=0;entryDy=0;" target="P3NFByniwAPyM56gAutO-61">
          <mxGeometry relative="1" as="geometry" />
        </mxCell>
        <mxCell id="P3NFByniwAPyM56gAutO-113" edge="1" parent="1" source="P3NFByniwAPyM56gAutO-42" style="edgeStyle=orthogonalEdgeStyle;rounded=0;orthogonalLoop=1;jettySize=auto;html=1;entryX=1;entryY=0.25;entryDx=0;entryDy=0;" target="P3NFByniwAPyM56gAutO-61">
          <mxGeometry relative="1" as="geometry">
            <Array as="points">
              <mxPoint x="3770" y="-905" />
              <mxPoint x="3770" y="-192" />
            </Array>
          </mxGeometry>
        </mxCell>
        <mxCell id="P3NFByniwAPyM56gAutO-115" edge="1" parent="1" source="P3NFByniwAPyM56gAutO-56" style="edgeStyle=orthogonalEdgeStyle;rounded=0;orthogonalLoop=1;jettySize=auto;html=1;entryX=0.25;entryY=1;entryDx=0;entryDy=0;" target="P3NFByniwAPyM56gAutO-61">
          <mxGeometry relative="1" as="geometry">
            <Array as="points">
              <mxPoint x="2415" y="-120" />
              <mxPoint x="2967" y="-120" />
            </Array>
          </mxGeometry>
        </mxCell>
        <mxCell id="P3NFByniwAPyM56gAutO-116" edge="1" parent="1" source="P3NFByniwAPyM56gAutO-32" style="edgeStyle=orthogonalEdgeStyle;rounded=0;orthogonalLoop=1;jettySize=auto;html=1;entryX=0.5;entryY=0;entryDx=0;entryDy=0;" target="P3NFByniwAPyM56gAutO-38">
          <mxGeometry relative="1" as="geometry" />
        </mxCell>
      </root>
    </mxGraphModel>
  </diagram>
</mxfile>
